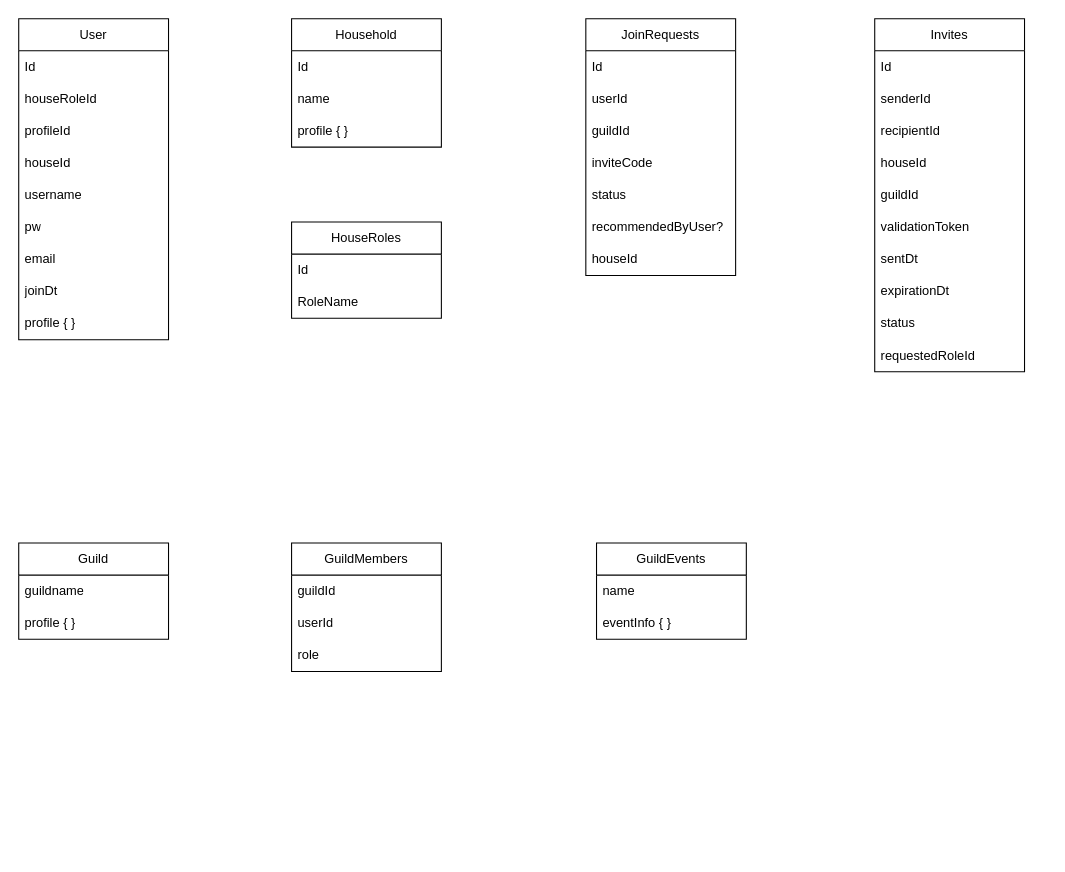
Above: doc/db.drawio in gorebash/guild_hall (draw.io), before the change. Source tidied: cells renumbered, new cells numbered last; positions are measured from the earlier drawing's top-left corner, leaving out a move shared by most shapes. Both pictures are drawn from the tidied source at 107%, with x=0, y=0 at pixel (18, 18).
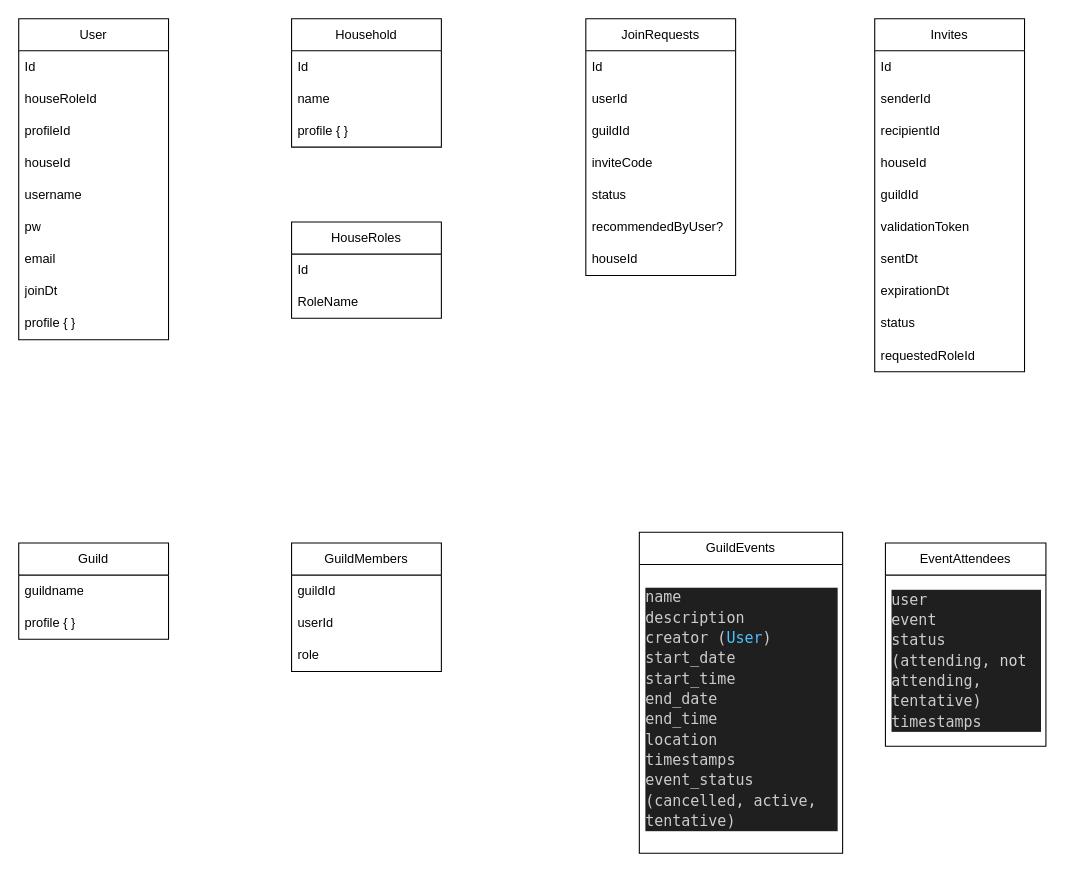
The same page after the edit.

Commit message:
db diagram added events

Change to the diagram source:
```diff
@@
     <mxCell id="37" value="GuildEvents" style="swimlane;fontStyle=0;horizontal=1;startSize=30;whiteSpace=wrap;html=1;" parent="1" vertex="1">
-      <mxGeometry x="540" y="490" width="140" height="90" as="geometry" />
+      <mxGeometry x="580" y="480" width="190" height="300" as="geometry" />
     </mxCell>
-    <mxCell id="38" value="name" style="text;strokeColor=none;fillColor=none;align=left;verticalAlign=middle;spacingLeft=4;spacingRight=4;overflow=hidden;whiteSpace=wrap;html=1;" parent="37" vertex="1">
-      <mxGeometry y="30" width="140" height="30" as="geometry" />
+    <mxCell id="38" value="&lt;div style=&quot;color: rgb(204, 204, 204); background-color: rgb(31, 31, 31); font-family: &amp;quot;Droid Sans Mono&amp;quot;, &amp;quot;monospace&amp;quot;, monospace; font-weight: normal; font-size: 14px; line-height: 19px;&quot;&gt;&lt;div&gt;&lt;span style=&quot;color: #cccccc;&quot;&gt;name&lt;/span&gt;&lt;/div&gt;&lt;div&gt;&lt;span style=&quot;color: #cccccc;&quot;&gt;    description&lt;/span&gt;&lt;/div&gt;&lt;div&gt;&lt;span style=&quot;color: #cccccc;&quot;&gt;    creator (&lt;/span&gt;&lt;span style=&quot;color: #4fc1ff;&quot;&gt;User&lt;/span&gt;&lt;span style=&quot;color: #cccccc;&quot;&gt;)&lt;/span&gt;&lt;/div&gt;&lt;div&gt;&lt;span style=&quot;color: #cccccc;&quot;&gt;    start_date&lt;/span&gt;&lt;/div&gt;&lt;div&gt;&lt;span style=&quot;color: #cccccc;&quot;&gt;    start_time&lt;/span&gt;&lt;/div&gt;&lt;div&gt;&lt;span style=&quot;color: #cccccc;&quot;&gt;    end_date&lt;/span&gt;&lt;/div&gt;&lt;div&gt;&lt;span style=&quot;color: #cccccc;&quot;&gt;    end_time&lt;/span&gt;&lt;/div&gt;&lt;div&gt;&lt;span style=&quot;color: #cccccc;&quot;&gt;    location&lt;/span&gt;&lt;/div&gt;&lt;div&gt;&lt;span style=&quot;color: #cccccc;&quot;&gt;    timestamps&lt;/span&gt;&lt;/div&gt;&lt;div&gt;&lt;span style=&quot;color: #cccccc;&quot;&gt;    event_status (cancelled, active, tentative)&lt;/span&gt;&lt;/div&gt;&lt;/div&gt;" style="text;strokeColor=none;fillColor=none;align=left;verticalAlign=middle;spacingLeft=4;spacingRight=4;overflow=hidden;whiteSpace=wrap;html=1;" parent="37" vertex="1">
+      <mxGeometry y="30" width="190" height="270" as="geometry" />
     </mxCell>
-    <mxCell id="39" value="eventInfo { }" style="text;strokeColor=none;fillColor=none;align=left;verticalAlign=middle;spacingLeft=4;spacingRight=4;overflow=hidden;whiteSpace=wrap;html=1;" parent="37" vertex="1">
-      <mxGeometry y="60" width="140" height="30" as="geometry" />
-    </mxCell>
@@
+    <mxCell id="48" value="EventAttendees" style="swimlane;fontStyle=0;horizontal=1;startSize=30;whiteSpace=wrap;html=1;" parent="1" vertex="1">
+      <mxGeometry x="810" y="490" width="150" height="190" as="geometry" />
+    </mxCell>
+    <mxCell id="49" value="&lt;div style=&quot;color: rgb(204, 204, 204); background-color: rgb(31, 31, 31); font-family: &amp;quot;Droid Sans Mono&amp;quot;, &amp;quot;monospace&amp;quot;, monospace; font-weight: normal; font-size: 14px; line-height: 19px;&quot;&gt;&lt;div&gt;&lt;span style=&quot;color: #cccccc;&quot;&gt;user&lt;/span&gt;&lt;/div&gt;&lt;div&gt;&lt;span style=&quot;color: #cccccc;&quot;&gt;    event&lt;/span&gt;&lt;/div&gt;&lt;div&gt;&lt;span style=&quot;color: #cccccc;&quot;&gt;    status (attending, &lt;/span&gt;&lt;span style=&quot;color: #d4d4d4;&quot;&gt;not&lt;/span&gt;&lt;span style=&quot;color: #cccccc;&quot;&gt; attending, tentative)&lt;/span&gt;&lt;/div&gt;&lt;div&gt;&lt;span style=&quot;color: #cccccc;&quot;&gt;    timestamps&lt;/span&gt;&lt;/div&gt;&lt;/div&gt;" style="text;strokeColor=none;fillColor=none;align=left;verticalAlign=middle;spacingLeft=4;spacingRight=4;overflow=hidden;whiteSpace=wrap;html=1;" parent="48" vertex="1">
+      <mxGeometry y="30" width="150" height="160" as="geometry" />
+    </mxCell>
```
